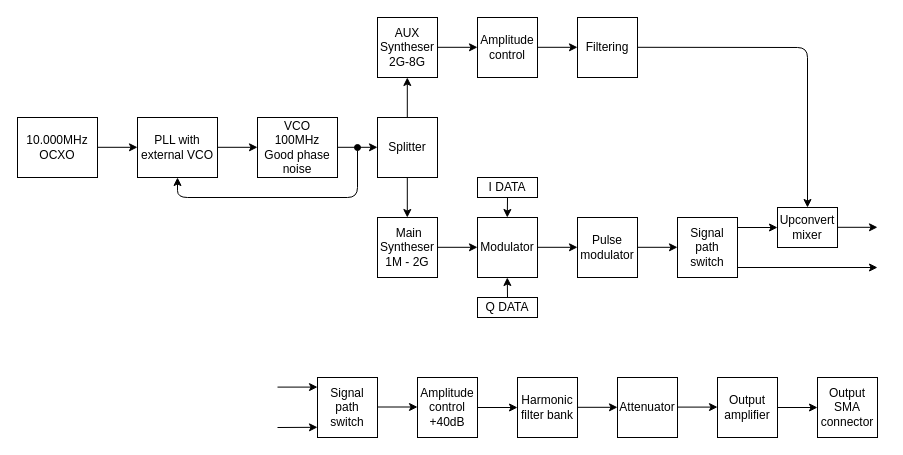
Before: SYS/BlockDiagram.drawio in FuredyPeti/Oscillar, a draw.io diagram. Source tidied: cells renumbered, new cells numbered last; positions are measured from the earlier drawing's top-left corner, leaving out a move shared by most shapes. Both pictures are drawn from the tidied source at 100%, with x=0, y=0 at pixel (17, 17).
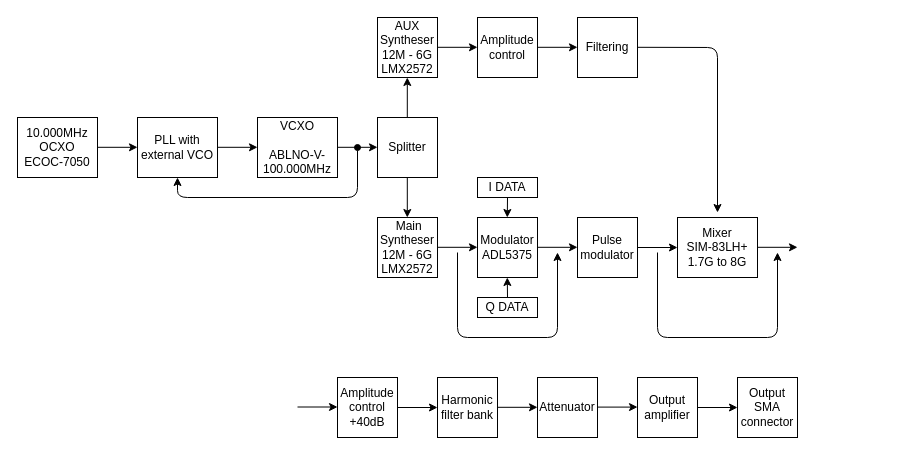
After the change.

Commit message (it also covers changes not shown here):
new elements added to block diagram

The edit, as a diff of the source:
```diff
@@
-    <mxCell id="2" value="10.000MHz OCXO" style="rounded=0;whiteSpace=wrap;html=1;" parent="1" vertex="1">
+    <mxCell id="2" value="10.000MHz OCXO&lt;br&gt;ECOC-7050" style="rounded=0;whiteSpace=wrap;html=1;" parent="1" vertex="1">
       <mxGeometry y="100" width="80" height="60" as="geometry" />
     </mxCell>
-    <mxCell id="3" value="VCO&lt;br&gt;100MHz&lt;br&gt;Good phase noise" style="rounded=0;whiteSpace=wrap;html=1;" parent="1" vertex="1">
+    <mxCell id="3" value="VCXO&lt;br&gt;&lt;br&gt;ABLNO-V-100.000MHz" style="rounded=0;whiteSpace=wrap;html=1;" parent="1" vertex="1">
       <mxGeometry x="240" y="100" width="80" height="60" as="geometry" />
     </mxCell>
@@
-    <mxCell id="9" value="AUX Syntheser&lt;br&gt;2G-8G" style="rounded=0;whiteSpace=wrap;html=1;" parent="1" vertex="1">
+    <mxCell id="9" value="AUX Syntheser&lt;br&gt;12M - 6G&lt;br&gt;LMX2572" style="rounded=0;whiteSpace=wrap;html=1;" parent="1" vertex="1">
       <mxGeometry x="360" width="60" height="60" as="geometry" />
     </mxCell>
-    <mxCell id="10" value="&amp;nbsp;Main Syntheser&lt;br&gt;1M - 2G" style="rounded=0;whiteSpace=wrap;html=1;" parent="1" vertex="1">
+    <mxCell id="10" value="&amp;nbsp;Main Syntheser&lt;br&gt;12M - 6G&lt;br&gt;LMX2572" style="rounded=0;whiteSpace=wrap;html=1;" parent="1" vertex="1">
       <mxGeometry x="360" y="200" width="60" height="60" as="geometry" />
     </mxCell>
@@
-    <mxCell id="14" value="Modulator" style="rounded=0;whiteSpace=wrap;html=1;" parent="1" vertex="1">
+    <mxCell id="14" value="Modulator&lt;br&gt;ADL5375" style="rounded=0;whiteSpace=wrap;html=1;" parent="1" vertex="1">
       <mxGeometry x="460" y="200" width="60" height="60" as="geometry" />
     </mxCell>
@@
-    <mxCell id="22" value="Signal path switch" style="rounded=0;whiteSpace=wrap;html=1;" parent="1" vertex="1">
-      <mxGeometry x="660" y="200" width="60" height="60" as="geometry" />
-    </mxCell>
-    <mxCell id="23" style="endArrow=classic;html=1;" parent="1" edge="1">
-      <mxGeometry relative="1" as="geometry">
-        <mxPoint x="620" y="229.8" as="sourcePoint" />
-        <mxPoint x="660" y="229.8" as="targetPoint" />
-      </mxGeometry>
-    </mxCell>
     <mxCell id="24" style="endArrow=classic;html=1;" parent="1" edge="1">
       <mxGeometry relative="1" as="geometry">
-        <mxPoint x="720" y="210" as="sourcePoint" />
-        <mxPoint x="760" y="210" as="targetPoint" />
+        <mxPoint x="620" y="230" as="sourcePoint" />
+        <mxPoint x="660" y="230" as="targetPoint" />
       </mxGeometry>
     </mxCell>
-    <mxCell id="25" style="endArrow=classic;html=1;" parent="1" edge="1">
-      <mxGeometry relative="1" as="geometry">
-        <mxPoint x="720" y="250" as="sourcePoint" />
-        <mxPoint x="860" y="250" as="targetPoint" />
-      </mxGeometry>
-    </mxCell>
-    <mxCell id="26" value="Upconvert mixer" style="rounded=0;whiteSpace=wrap;html=1;" parent="1" vertex="1">
-      <mxGeometry x="760" y="190" width="60" height="40" as="geometry" />
+    <mxCell id="26" value="Mixer&lt;br&gt;SIM-83LH+&lt;br&gt;1.7G to 8G" style="rounded=0;whiteSpace=wrap;html=1;" parent="1" vertex="1">
+      <mxGeometry x="660" y="200" width="80" height="60" as="geometry" />
     </mxCell>
     <mxCell id="27" style="endArrow=classic;html=1;" parent="1" edge="1">
       <mxGeometry relative="1" as="geometry">
-        <mxPoint x="820" y="209.8" as="sourcePoint" />
-        <mxPoint x="860" y="209.8" as="targetPoint" />
+        <mxPoint x="740" y="229.8" as="sourcePoint" />
+        <mxPoint x="780" y="229.8" as="targetPoint" />
       </mxGeometry>
     </mxCell>
@@
     <mxCell id="32" style="endArrow=classic;html=1;" parent="1" edge="1">
       <mxGeometry relative="1" as="geometry">
         <mxPoint x="620" y="29.8" as="sourcePoint" />
-        <mxPoint x="790" y="190" as="targetPoint" />
+        <mxPoint x="700" y="195" as="targetPoint" />
         <Array as="points">
-          <mxPoint x="790" y="30" />
+          <mxPoint x="700" y="30" />
         </Array>
       </mxGeometry>
     </mxCell>
-    <mxCell id="33" value="Signal path switch" style="rounded=0;whiteSpace=wrap;html=1;" parent="1" vertex="1">
-      <mxGeometry x="300" y="360" width="60" height="60" as="geometry" />
-    </mxCell>
     <mxCell id="34" value="Amplitude control&lt;br&gt;+40dB" style="rounded=0;whiteSpace=wrap;html=1;" parent="1" vertex="1">
-      <mxGeometry x="400" y="360" width="60" height="60" as="geometry" />
+      <mxGeometry x="320" y="360" width="60" height="60" as="geometry" />
     </mxCell>
     <mxCell id="35" style="endArrow=classic;html=1;" parent="1" edge="1">
       <mxGeometry relative="1" as="geometry">
-        <mxPoint x="360" y="389.5" as="sourcePoint" />
-        <mxPoint x="400" y="389.5" as="targetPoint" />
+        <mxPoint x="280" y="389.5" as="sourcePoint" />
+        <mxPoint x="320" y="389.5" as="targetPoint" />
       </mxGeometry>
     </mxCell>
     <mxCell id="36" style="endArrow=classic;html=1;" parent="1" edge="1">
       <mxGeometry relative="1" as="geometry">
-        <mxPoint x="460" y="390" as="sourcePoint" />
-        <mxPoint x="500" y="390" as="targetPoint" />
+        <mxPoint x="380" y="390" as="sourcePoint" />
+        <mxPoint x="420" y="390" as="targetPoint" />
       </mxGeometry>
     </mxCell>
     <mxCell id="37" value="Harmonic filter bank" style="rounded=0;whiteSpace=wrap;html=1;" parent="1" vertex="1">
-      <mxGeometry x="500" y="360" width="60" height="60" as="geometry" />
+      <mxGeometry x="420" y="360" width="60" height="60" as="geometry" />
     </mxCell>
     <mxCell id="38" style="endArrow=classic;html=1;" parent="1" edge="1">
       <mxGeometry relative="1" as="geometry">
-        <mxPoint x="560" y="389.8" as="sourcePoint" />
-        <mxPoint x="600" y="389.8" as="targetPoint" />
+        <mxPoint x="480" y="389.8" as="sourcePoint" />
+        <mxPoint x="520" y="389.8" as="targetPoint" />
       </mxGeometry>
     </mxCell>
     <mxCell id="39" value="Attenuator" style="rounded=0;whiteSpace=wrap;html=1;" parent="1" vertex="1">
-      <mxGeometry x="600" y="360" width="60" height="60" as="geometry" />
+      <mxGeometry x="520" y="360" width="60" height="60" as="geometry" />
     </mxCell>
     <mxCell id="40" value="Output amplifier" style="rounded=0;whiteSpace=wrap;html=1;" parent="1" vertex="1">
-      <mxGeometry x="700" y="360" width="60" height="60" as="geometry" />
+      <mxGeometry x="620" y="360" width="60" height="60" as="geometry" />
     </mxCell>
     <mxCell id="41" style="endArrow=classic;html=1;" parent="1" edge="1">
       <mxGeometry relative="1" as="geometry">
-        <mxPoint x="660" y="389.6" as="sourcePoint" />
-        <mxPoint x="700" y="389.6" as="targetPoint" />
+        <mxPoint x="580" y="389.6" as="sourcePoint" />
+        <mxPoint x="620" y="389.6" as="targetPoint" />
       </mxGeometry>
     </mxCell>
     <mxCell id="42" style="endArrow=classic;html=1;" parent="1" edge="1">
       <mxGeometry relative="1" as="geometry">
-        <mxPoint x="760" y="390" as="sourcePoint" />
-        <mxPoint x="800" y="390" as="targetPoint" />
+        <mxPoint x="680" y="390" as="sourcePoint" />
+        <mxPoint x="720" y="390" as="targetPoint" />
       </mxGeometry>
     </mxCell>
-    <mxCell id="43" style="endArrow=classic;html=1;" parent="1" edge="1">
-      <mxGeometry relative="1" as="geometry">
-        <mxPoint x="260" y="410" as="sourcePoint" />
-        <mxPoint x="300" y="409.8" as="targetPoint" />
-      </mxGeometry>
-    </mxCell>
-    <mxCell id="44" style="endArrow=classic;html=1;" parent="1" edge="1">
-      <mxGeometry relative="1" as="geometry">
-        <mxPoint x="260" y="369.6" as="sourcePoint" />
-        <mxPoint x="300" y="369.6" as="targetPoint" />
-      </mxGeometry>
-    </mxCell>
     <mxCell id="45" value="Output SMA connector" style="rounded=0;whiteSpace=wrap;html=1;" parent="1" vertex="1">
-      <mxGeometry x="800" y="360" width="60" height="60" as="geometry" />
+      <mxGeometry x="720" y="360" width="60" height="60" as="geometry" />
     </mxCell>
+    <mxCell id="46" style="endArrow=classic;html=1;" parent="1" edge="1">
+      <mxGeometry relative="1" as="geometry">
+        <mxPoint x="440" y="235" as="sourcePoint" />
+        <mxPoint x="540" y="235" as="targetPoint" />
+        <Array as="points">
+          <mxPoint x="440" y="320" />
+          <mxPoint x="540" y="320" />
+        </Array>
+      </mxGeometry>
+    </mxCell>
+    <mxCell id="47" style="endArrow=classic;html=1;" parent="1" edge="1">
+      <mxGeometry relative="1" as="geometry">
+        <mxPoint x="640" y="235" as="sourcePoint" />
+        <mxPoint x="760" y="235" as="targetPoint" />
+        <Array as="points">
+          <mxPoint x="640" y="320" />
+          <mxPoint x="760" y="320" />
+        </Array>
+      </mxGeometry>
+    </mxCell>
```
